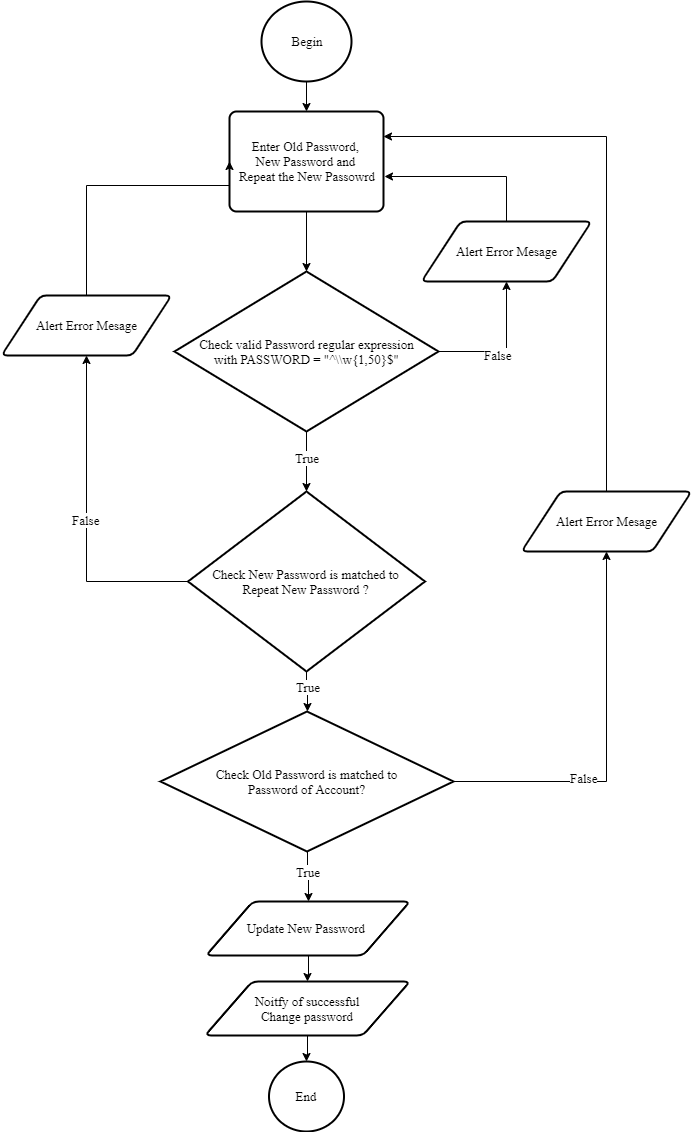
Earlier version of the draw.io export document/diagram image/changePass.png (daomtthuan/do-an). Source tidied: cells renumbered, new cells last; positions are measured from the earlier drawing's top-left corner, leaving out a move shared by most shapes.
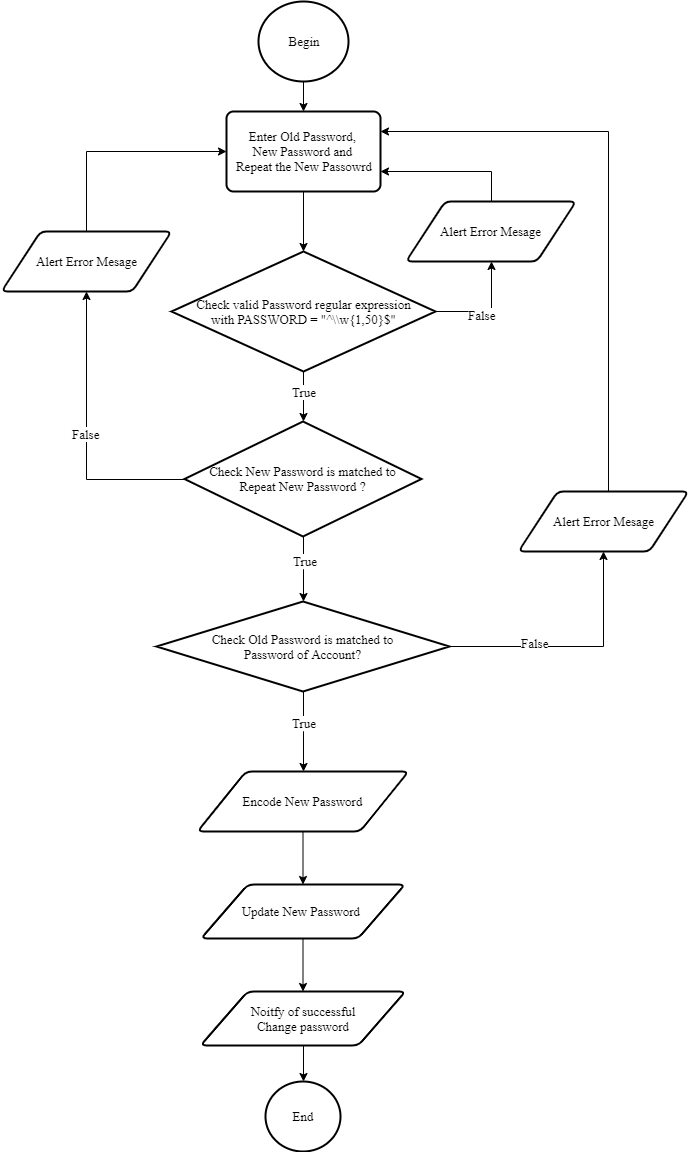
Later version of the same file.

What changed in the source:
```diff
@@ -12,7 +12,7 @@
       <mxGeometry relative="1" as="geometry" />
     </mxCell>
     <mxCell id="5" value="Enter Old Password, &lt;br&gt;New Password and &lt;br&gt;Repeat the New Passowrd" style="rounded=1;whiteSpace=wrap;html=1;absoluteArcSize=1;arcSize=14;strokeWidth=2;fontFamily=Times New Roman;fontSize=13;" parent="1" vertex="1">
-      <mxGeometry x="228" y="110" width="154" height="100" as="geometry" />
+      <mxGeometry x="228" y="110" width="154" height="80" as="geometry" />
     </mxCell>
     <mxCell id="6" style="edgeStyle=orthogonalEdgeStyle;rounded=0;jettySize=auto;html=1;entryX=0.5;entryY=1;entryDx=0;entryDy=0;fontFamily=Times New Roman;fontSize=13;exitX=1;exitY=0.5;exitDx=0;exitDy=0;exitPerimeter=0;" parent="1" edge="1" source="10" target="17">
       <mxGeometry relative="1" as="geometry" />
@@ -31,7 +31,7 @@
       </mxGeometry>
     </mxCell>
     <mxCell id="10" value="Check valid Password&amp;nbsp;regular expression&lt;br&gt;with&amp;nbsp;PASSWORD = &quot;^\\w{1,50}$&quot;" style="strokeWidth=2;html=1;shape=mxgraph.flowchart.decision;whiteSpace=wrap;fontFamily=Times New Roman;fontSize=13;" parent="1" vertex="1">
-      <mxGeometry x="173" y="270" width="264" height="160" as="geometry" />
+      <mxGeometry x="173" y="250" width="264" height="120" as="geometry" />
     </mxCell>
     <mxCell id="11" style="edgeStyle=orthogonalEdgeStyle;rounded=0;jettySize=auto;html=1;fontFamily=Times New Roman;fontSize=13;" parent="1" edge="1" source="15" target="19">
       <mxGeometry relative="1" as="geometry" />
@@ -46,44 +46,36 @@
       <mxGeometry x="-0.25" y="1" relative="1" as="geometry" />
     </mxCell>
     <mxCell id="15" value="Check New Password is matched to&lt;br&gt;Repeat New Password ?" style="strokeWidth=2;html=1;shape=mxgraph.flowchart.decision;whiteSpace=wrap;fontFamily=Times New Roman;fontSize=13;" parent="1" vertex="1">
-      <mxGeometry x="186.5" y="490" width="237" height="180" as="geometry" />
+      <mxGeometry x="186" y="420" width="237" height="115" as="geometry" />
     </mxCell>
-    <mxCell id="16" style="edgeStyle=orthogonalEdgeStyle;rounded=0;jettySize=auto;html=1;fontFamily=Times New Roman;fontSize=13;entryX=1.005;entryY=0.645;entryDx=0;entryDy=0;entryPerimeter=0;" parent="1" edge="1" source="17" target="5">
-      <mxGeometry relative="1" as="geometry">
-        <Array as="points">
-          <mxPoint x="505" y="175" />
-        </Array>
-      </mxGeometry>
+    <mxCell id="16" style="edgeStyle=orthogonalEdgeStyle;rounded=0;jettySize=auto;html=1;exitX=0.5;exitY=0;exitDx=0;exitDy=0;entryX=1;entryY=0.75;entryDx=0;entryDy=0;" parent="1" edge="1" source="17" target="5">
+      <mxGeometry relative="1" as="geometry" />
     </mxCell>
     <mxCell id="17" value="Alert Error Mesage" style="shape=parallelogram;html=1;strokeWidth=2;perimeter=parallelogramPerimeter;whiteSpace=wrap;rounded=1;arcSize=12;size=0.23;fontFamily=Times New Roman;fontSize=13;" parent="1" vertex="1">
-      <mxGeometry x="420" y="220" width="170" height="60" as="geometry" />
+      <mxGeometry x="407.5" y="200" width="170" height="60" as="geometry" />
     </mxCell>
-    <mxCell id="18" style="edgeStyle=orthogonalEdgeStyle;rounded=0;jettySize=auto;html=1;fontFamily=Times New Roman;fontSize=13;entryX=0;entryY=0.5;entryDx=0;entryDy=0;" parent="1" edge="1" source="19" target="5">
-      <mxGeometry relative="1" as="geometry">
-        <Array as="points">
-          <mxPoint x="85" y="184" />
-        </Array>
-      </mxGeometry>
+    <mxCell id="18" style="edgeStyle=orthogonalEdgeStyle;rounded=0;jettySize=auto;html=1;exitX=0.5;exitY=0;exitDx=0;exitDy=0;entryX=0;entryY=0.5;entryDx=0;entryDy=0;" parent="1" edge="1" source="19" target="5">
+      <mxGeometry relative="1" as="geometry" />
     </mxCell>
     <mxCell id="19" value="Alert Error Mesage" style="shape=parallelogram;html=1;strokeWidth=2;perimeter=parallelogramPerimeter;whiteSpace=wrap;rounded=1;arcSize=12;size=0.23;fontFamily=Times New Roman;fontSize=13;" parent="1" vertex="1">
-      <mxGeometry y="294" width="170" height="60" as="geometry" />
+      <mxGeometry x="3" y="230" width="170" height="60" as="geometry" />
     </mxCell>
     <mxCell id="20" style="edgeStyle=orthogonalEdgeStyle;rounded=0;jettySize=auto;html=1;fontFamily=Times New Roman;fontSize=13;" parent="1" edge="1" source="21" target="23">
       <mxGeometry relative="1" as="geometry" />
     </mxCell>
     <mxCell id="21" value="Update New Password&amp;nbsp;" style="shape=parallelogram;html=1;strokeWidth=2;perimeter=parallelogramPerimeter;whiteSpace=wrap;rounded=1;arcSize=12;size=0.23;fontFamily=Times New Roman;fontSize=13;" parent="1" vertex="1">
-      <mxGeometry x="204.5" y="900" width="204" height="54" as="geometry" />
+      <mxGeometry x="202.5" y="883" width="204" height="54" as="geometry" />
     </mxCell>
     <mxCell id="22" style="edgeStyle=orthogonalEdgeStyle;rounded=0;jettySize=auto;html=1;fontFamily=Times New Roman;fontSize=13;" parent="1" edge="1" source="23" target="24">
       <mxGeometry relative="1" as="geometry" />
     </mxCell>
     <mxCell id="23" value="Noitfy of successful&lt;br&gt;Change password" style="shape=parallelogram;html=1;strokeWidth=2;perimeter=parallelogramPerimeter;whiteSpace=wrap;rounded=1;arcSize=12;size=0.23;fontFamily=Times New Roman;fontSize=13;" parent="1" vertex="1">
-      <mxGeometry x="203.5" y="980" width="205" height="54" as="geometry" />
+      <mxGeometry x="202" y="990" width="205" height="54" as="geometry" />
     </mxCell>
     <mxCell id="24" value="End" style="strokeWidth=2;html=1;shape=mxgraph.flowchart.start_2;whiteSpace=wrap;fontFamily=Times New Roman;fontSize=13;" parent="1" vertex="1">
-      <mxGeometry x="267.5" y="1060" width="75" height="70" as="geometry" />
+      <mxGeometry x="267" y="1080" width="75" height="70" as="geometry" />
     </mxCell>
-    <mxCell id="25" style="edgeStyle=orthogonalEdgeStyle;rounded=0;jettySize=auto;html=1;fontFamily=Times New Roman;fontSize=13;entryX=0.5;entryY=0;entryDx=0;entryDy=0;" parent="1" edge="1" source="29" target="21">
+    <mxCell id="25" style="edgeStyle=orthogonalEdgeStyle;rounded=0;jettySize=auto;html=1;fontFamily=Times New Roman;fontSize=13;entryX=0.5;entryY=0;entryDx=0;entryDy=0;" parent="1" edge="1" source="29" target="33">
       <mxGeometry relative="1" as="geometry" />
     </mxCell>
     <mxCell id="26" value="True" style="text;html=1;align=center;verticalAlign=middle;labelBackgroundColor=#ffffff;fontSize=13;fontFamily=Times New Roman;" parent="25" vertex="1">
@@ -98,17 +90,23 @@
       </mxGeometry>
     </mxCell>
     <mxCell id="29" value="Check Old Password is matched to &lt;br&gt;Password of Account?" style="strokeWidth=2;html=1;shape=mxgraph.flowchart.decision;whiteSpace=wrap;fontFamily=Times New Roman;fontSize=13;" parent="1" vertex="1">
-      <mxGeometry x="159" y="710" width="293" height="140" as="geometry" />
+      <mxGeometry x="158" y="600" width="293" height="90" as="geometry" />
     </mxCell>
-    <mxCell id="30" style="edgeStyle=orthogonalEdgeStyle;rounded=0;jettySize=auto;html=1;fontFamily=Times New Roman;fontSize=13;entryX=1;entryY=0.25;entryDx=0;entryDy=0;" parent="1" edge="1" source="31" target="5">
+    <mxCell id="30" style="edgeStyle=orthogonalEdgeStyle;rounded=0;jettySize=auto;html=1;entryX=1;entryY=0.25;entryDx=0;entryDy=0;" parent="1" edge="1" source="31" target="5">
       <mxGeometry relative="1" as="geometry">
         <Array as="points">
-          <mxPoint x="605" y="135" />
+          <mxPoint x="610" y="130" />
         </Array>
       </mxGeometry>
     </mxCell>
     <mxCell id="31" value="Alert Error Mesage" style="shape=parallelogram;html=1;strokeWidth=2;perimeter=parallelogramPerimeter;whiteSpace=wrap;rounded=1;arcSize=12;size=0.23;fontFamily=Times New Roman;fontSize=13;" parent="1" vertex="1">
       <mxGeometry x="520" y="490" width="170" height="60" as="geometry" />
     </mxCell>
+    <mxCell id="32" style="edgeStyle=orthogonalEdgeStyle;rounded=0;jettySize=auto;html=1;" parent="1" edge="1" source="33" target="21">
+      <mxGeometry relative="1" as="geometry" />
+    </mxCell>
+    <mxCell id="33" value="&lt;span style=&quot;font-family: &amp;#34;times new roman&amp;#34; ; font-size: 13px ; white-space: normal&quot;&gt;Encode New Password&lt;/span&gt;" style="shape=parallelogram;html=1;strokeWidth=2;perimeter=parallelogramPerimeter;whiteSpace=wrap;rounded=1;arcSize=12;size=0.23;" parent="1" vertex="1">
+      <mxGeometry x="199" y="770" width="211" height="60" as="geometry" />
+    </mxCell>
   </root>
 </mxGraphModel>
```
